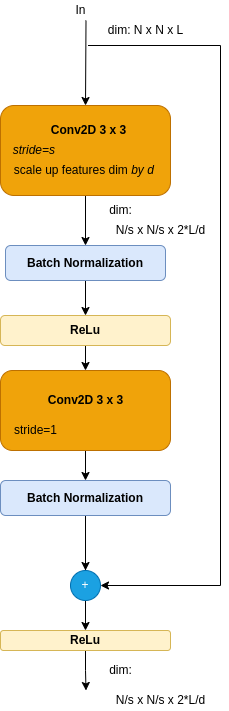
ronen-halevy/ronen-halevy.github.io keeps this draw.io diagram as assets/images/cnn-models/resnet-residual-block.drawio-n.png. Above is the earlier version. Source tidied: cells renumbered, new cells last; positions are measured from the earlier drawing's top-left corner, leaving out a move shared by most shapes.
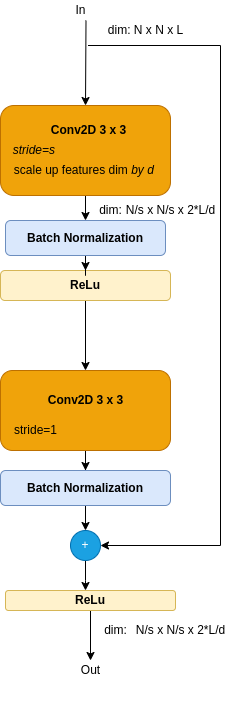
The same diagram one commit later.

What changed in the source:
```diff
@@ -39,7 +39,7 @@
       <mxGeometry relative="1" as="geometry" />
     </mxCell>
     <mxCell id="14" value="&lt;b&gt;Batch Normalization&lt;/b&gt;" style="rounded=1;whiteSpace=wrap;html=1;fillColor=#dae8fc;strokeColor=#6c8ebf;" parent="1" vertex="1">
-      <mxGeometry y="480" width="170" height="35" as="geometry" />
+      <mxGeometry y="470" width="170" height="35" as="geometry" />
     </mxCell>
     <mxCell id="15" style="edgeStyle=orthogonalEdgeStyle;rounded=0;jettySize=auto;html=1;" parent="1" edge="1" target="21">
       <mxGeometry relative="1" as="geometry">
@@ -51,7 +51,7 @@
       </mxGeometry>
     </mxCell>
     <mxCell id="16" value="+" style="ellipse;whiteSpace=wrap;html=1;fillColor=#1ba1e2;fontColor=#ffffff;strokeColor=#006EAF;" parent="1" vertex="1">
-      <mxGeometry x="70" y="570" width="30" height="30" as="geometry" />
+      <mxGeometry x="70" y="530" width="30" height="30" as="geometry" />
     </mxCell>
     <mxCell id="17" style="edgeStyle=orthogonalEdgeStyle;rounded=0;orthogonalLoop=1;jettySize=auto;html=1;exitX=0.5;exitY=1;exitDx=0;exitDy=0;" parent="1" edge="1">
       <mxGeometry relative="1" as="geometry">
@@ -63,24 +63,22 @@
       <mxGeometry relative="1" as="geometry" />
     </mxCell>
     <mxCell id="19" value="&lt;b&gt;ReLu&lt;/b&gt;" style="rounded=1;whiteSpace=wrap;html=1;fillColor=#fff2cc;strokeColor=#d6b656;" parent="1" vertex="1">
-      <mxGeometry y="315" width="170" height="30" as="geometry" />
+      <mxGeometry y="270" width="170" height="30" as="geometry" />
     </mxCell>
-    <mxCell id="20" style="edgeStyle=orthogonalEdgeStyle;rounded=0;jettySize=auto;html=1;" parent="1" edge="1" source="21">
-      <mxGeometry relative="1" as="geometry">
-        <mxPoint x="85.5" y="690" as="targetPoint" />
-      </mxGeometry>
-    </mxCell>
+    <mxCell id="31" style="edgeStyle=orthogonalEdgeStyle;rounded=0;jettySize=auto;html=1;" parent="1" edge="1" source="21" target="32">
+      <mxGeometry relative="1" as="geometry" />
+    </mxCell>
     <mxCell id="21" value="&lt;b&gt;ReLu&lt;/b&gt;" style="rounded=1;whiteSpace=wrap;html=1;fillColor=#fff2cc;strokeColor=#d6b656;" parent="1" vertex="1">
-      <mxGeometry y="630" width="170" height="20" as="geometry" />
+      <mxGeometry x="5" y="590" width="170" height="20" as="geometry" />
     </mxCell>
     <mxCell id="22" style="edgeStyle=orthogonalEdgeStyle;rounded=0;jettySize=auto;html=1;" parent="1" edge="1" source="23" target="19">
       <mxGeometry relative="1" as="geometry" />
     </mxCell>
     <mxCell id="23" value="&lt;b&gt;Batch Normalization&lt;/b&gt;" style="rounded=1;whiteSpace=wrap;html=1;fillColor=#dae8fc;strokeColor=#6c8ebf;" parent="1" vertex="1">
-      <mxGeometry x="5" y="245" width="160" height="35" as="geometry" />
+      <mxGeometry x="5" y="220" width="160" height="35" as="geometry" />
     </mxCell>
     <mxCell id="24" value="dim:" style="text;html=1;align=center;verticalAlign=middle;strokeColor=none;fillColor=none;" parent="1" vertex="1">
-      <mxGeometry x="100" y="660" width="40" height="20" as="geometry" />
+      <mxGeometry x="95" y="620" width="40" height="20" as="geometry" />
     </mxCell>
     <mxCell id="25" style="endArrow=classic;html=1;rounded=0;entryX=0.5;entryY=0;entryDx=0;entryDy=0;" parent="1" edge="1" target="5">
       <mxGeometry relative="1" as="geometry">
@@ -92,21 +90,24 @@
         <mxPoint x="87.5" y="45" as="sourcePoint" />
         <Array as="points">
           <mxPoint x="220" y="45" />
-          <mxPoint x="220" y="585" />
+          <mxPoint x="220" y="545" />
         </Array>
       </mxGeometry>
     </mxCell>
     <mxCell id="27" value="N/s x N/s x 2*L/d" style="text;html=1;align=center;verticalAlign=middle;strokeColor=none;fillColor=none;" parent="1" vertex="1">
-      <mxGeometry x="110" y="220" width="100" height="20" as="geometry" />
+      <mxGeometry x="120" y="200" width="100" height="20" as="geometry" />
     </mxCell>
     <mxCell id="28" value="dim:" style="text;html=1;align=center;verticalAlign=middle;strokeColor=none;fillColor=none;" parent="1" vertex="1">
-      <mxGeometry x="100" y="200" width="40" height="20" as="geometry" />
+      <mxGeometry x="90" y="200" width="40" height="20" as="geometry" />
     </mxCell>
     <mxCell id="29" value="&lt;b&gt;Conv2D&amp;nbsp;3 x 3&lt;/b&gt;" style="text;html=1;align=center;verticalAlign=middle;strokeColor=none;fillColor=none;" parent="1" vertex="1">
       <mxGeometry x="40" y="390" width="90" height="20" as="geometry" />
     </mxCell>
     <mxCell id="30" value="N/s x N/s x 2*L/d" style="text;html=1;align=center;verticalAlign=middle;strokeColor=none;fillColor=none;" parent="1" vertex="1">
-      <mxGeometry x="110" y="690" width="100" height="20" as="geometry" />
+      <mxGeometry x="130" y="620" width="100" height="20" as="geometry" />
     </mxCell>
+    <mxCell id="32" value="Out" style="text;html=1;align=center;verticalAlign=middle;points=[];fillColor=none;strokeColor=none;rounded=0;" parent="1" vertex="1">
+      <mxGeometry x="75" y="660" width="30" height="20" as="geometry" />
+    </mxCell>
   </root>
 </mxGraphModel>
```
